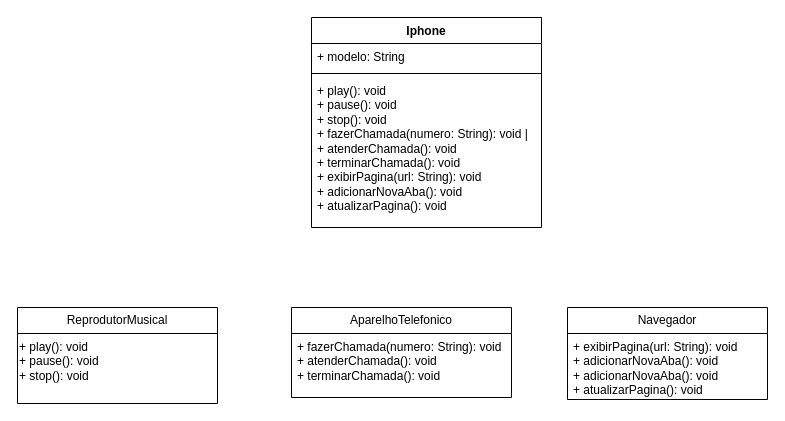
This is Iphone-UML.drawio from RitaJeveaux/dio-java-basico-desafio-iphone, a draw.io file, before an edit. Source tidied: cells renumbered, new cells numbered last; positions are measured from the earlier drawing's top-left corner, leaving out a move shared by most shapes. Both pictures are drawn from the tidied source at 100%, with x=0, y=0 at pixel (17, 17).
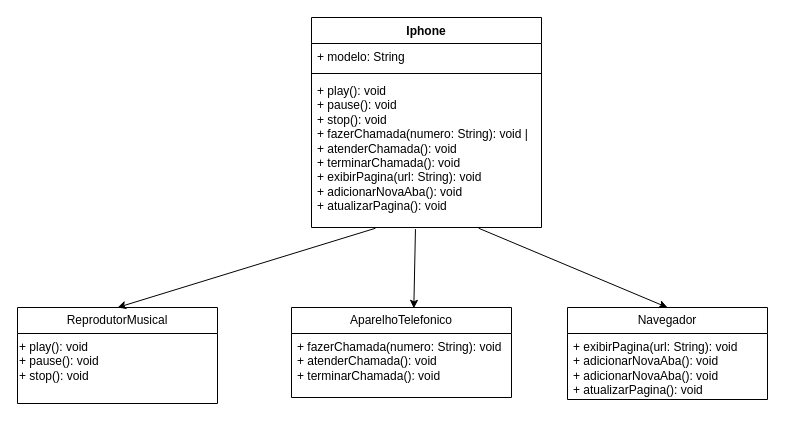
After the change.

Change to the diagram source:
```diff
@@
 <mxGraphModel>
   <root>
     <mxCell id="0" />
     <mxCell id="1" parent="0" />
     <mxCell id="2" value="Navegador" style="swimlane;fontStyle=0;horizontal=1;startSize=26;fillColor=none;whiteSpace=wrap;html=1;" parent="1" vertex="1">
       <mxGeometry x="550" y="290" width="200" height="92" as="geometry" />
     </mxCell>
     <mxCell id="3" value="+ exibirPagina(url: String): void&lt;div&gt;+ adicionarNovaAba(): void&lt;/div&gt;&lt;div&gt;+ adicionarNovaAba(): void&lt;div&gt;+ atualizarPagina(): void&lt;br&gt;&lt;/div&gt;&lt;/div&gt;" style="text;strokeColor=none;fillColor=none;align=left;verticalAlign=top;spacingLeft=4;spacingRight=4;overflow=hidden;whiteSpace=wrap;html=1;" parent="2" vertex="1">
       <mxGeometry y="26" width="200" height="66" as="geometry" />
     </mxCell>
     <mxCell id="4" value="Iphone" style="swimlane;fontStyle=1;align=center;verticalAlign=top;horizontal=1;startSize=26;whiteSpace=wrap;html=1;" parent="1" vertex="1">
       <mxGeometry x="294" width="230" height="210" as="geometry" />
     </mxCell>
     <mxCell id="5" value="+ modelo: String" style="text;strokeColor=none;fillColor=none;align=left;verticalAlign=top;spacingLeft=4;spacingRight=4;overflow=hidden;whiteSpace=wrap;html=1;" parent="4" vertex="1">
       <mxGeometry y="26" width="230" height="26" as="geometry" />
     </mxCell>
     <mxCell id="6" style="line;strokeWidth=1;fillColor=none;align=left;verticalAlign=middle;spacingTop=-1;spacingLeft=3;spacingRight=3;labelPosition=right;strokeColor=inherit;" parent="4" vertex="1">
       <mxGeometry y="52" width="230" height="8" as="geometry" />
     </mxCell>
     <mxCell id="7" value="&lt;div&gt;+ play(): void&amp;nbsp;&lt;br&gt;+ pause(): void&amp;nbsp;&lt;br&gt;+ stop(): void&amp;nbsp;&lt;br&gt;+ fazerChamada(numero: String): void |&lt;br&gt;+ atenderChamada(): void&amp;nbsp;&lt;br&gt;+ terminarChamada(): void&amp;nbsp;&lt;/div&gt;&lt;div&gt;+ exibirPagina(url: String): void&amp;nbsp;&lt;br&gt;+ adicionarNovaAba(): void&amp;nbsp;&lt;/div&gt;&lt;div&gt;+ atualizarPagina(): void&amp;nbsp;&lt;br&gt;&lt;/div&gt;" style="text;strokeColor=none;fillColor=none;align=left;verticalAlign=top;spacingLeft=4;spacingRight=4;overflow=hidden;points=[[0,0.5],[1,0.5]];portConstraint=eastwest;whiteSpace=wrap;html=1;" parent="4" vertex="1">
       <mxGeometry y="60" width="230" height="150" as="geometry" />
     </mxCell>
     <mxCell id="8" value="AparelhoTelefonico" style="swimlane;fontStyle=0;horizontal=1;startSize=26;fillColor=none;whiteSpace=wrap;html=1;" parent="1" vertex="1">
       <mxGeometry x="274" y="290" width="220" height="90" as="geometry" />
     </mxCell>
     <mxCell id="9" value="+ fazerChamada(numero: String): void&amp;nbsp;&lt;div&gt;+ atenderChamada(): void&amp;nbsp;&lt;br&gt;+ terminarChamada(): void&amp;nbsp;&lt;/div&gt;" style="text;strokeColor=none;fillColor=none;align=left;verticalAlign=top;spacingLeft=4;spacingRight=4;overflow=hidden;whiteSpace=wrap;html=1;" parent="8" vertex="1">
       <mxGeometry y="26" width="220" height="64" as="geometry" />
     </mxCell>
     <mxCell id="10" value="ReprodutorMusical" style="swimlane;fontStyle=0;horizontal=1;startSize=26;fillColor=none;whiteSpace=wrap;html=1;" parent="1" vertex="1">
       <mxGeometry y="290" width="200" height="96" as="geometry" />
     </mxCell>
     <mxCell id="11" value="+ play(): void&amp;nbsp;&lt;br&gt;+ pause(): void&lt;div&gt;+ stop(): void&lt;/div&gt;" style="text;whiteSpace=wrap;html=1;" parent="10" vertex="1">
       <mxGeometry y="26" width="200" height="70" as="geometry" />
     </mxCell>
+    <mxCell id="12" style="endArrow=classic;html=1;rounded=0;entryX=0.5;entryY=0;entryDx=0;entryDy=0;exitX=0.278;exitY=1.005;exitDx=0;exitDy=0;exitPerimeter=0;" parent="1" edge="1" source="7" target="10">
+      <mxGeometry relative="1" as="geometry" />
+    </mxCell>
+    <mxCell id="13" style="endArrow=classic;html=1;rounded=0;entryX=0.556;entryY=0.009;entryDx=0;entryDy=0;exitX=0.452;exitY=1.011;exitDx=0;exitDy=0;exitPerimeter=0;entryPerimeter=0;" parent="1" edge="1" source="7" target="8">
+      <mxGeometry relative="1" as="geometry" />
+    </mxCell>
+    <mxCell id="14" style="endArrow=classic;html=1;rounded=0;exitX=0.727;exitY=1.005;exitDx=0;exitDy=0;exitPerimeter=0;entryX=0.5;entryY=0;entryDx=0;entryDy=0;" parent="1" edge="1" source="7" target="2">
+      <mxGeometry relative="1" as="geometry" />
+    </mxCell>
   </root>
 </mxGraphModel>
```
